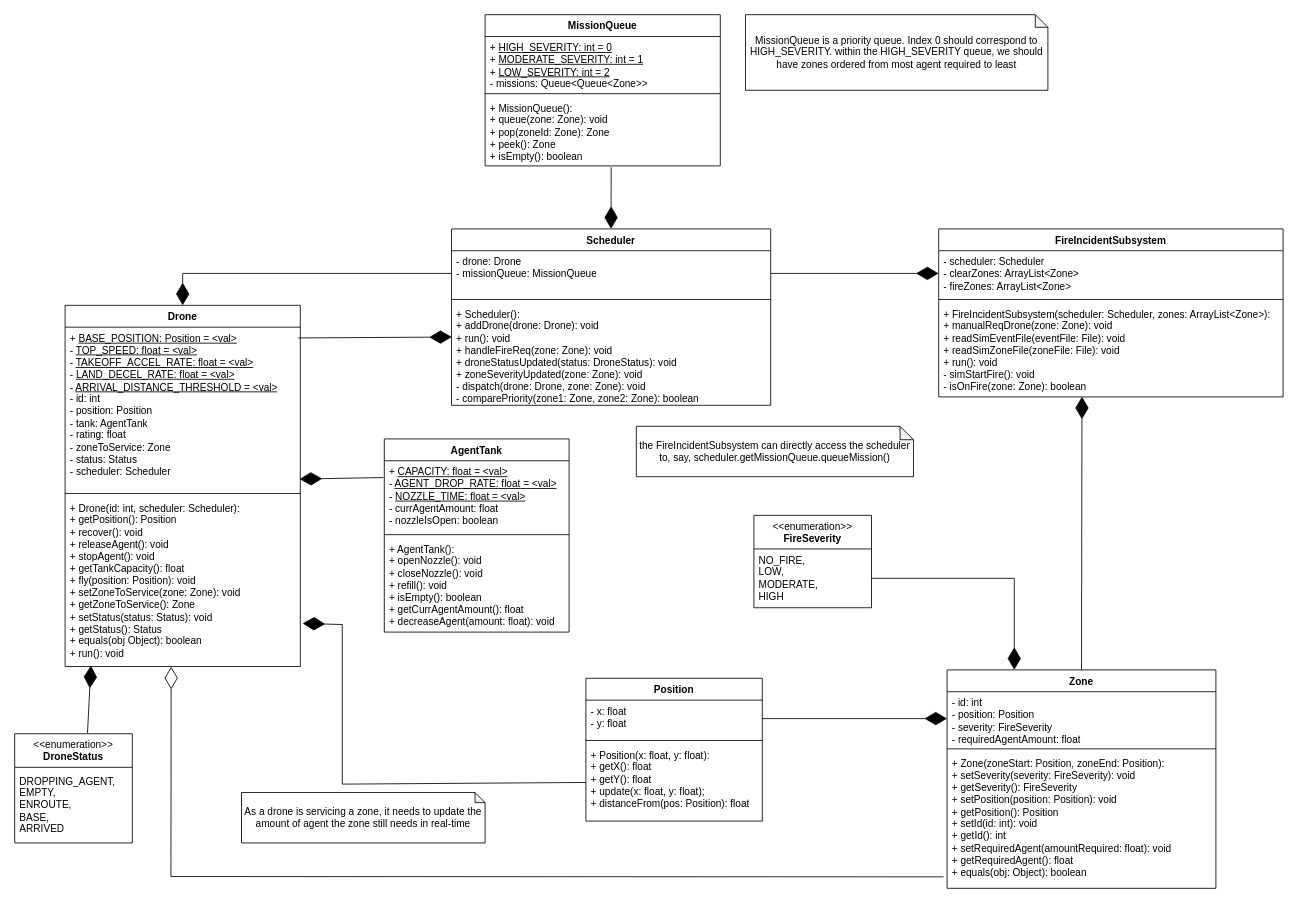
The draw.io diagram docs/fire_drone_swarm_class.drawio in hubertdang/fire-drone-swarm, before the edit. Source tidied: cells renumbered, new cells numbered last; positions are measured from the earlier drawing's top-left corner, leaving out a move shared by most shapes. Both pictures are drawn from the tidied source at 84%, with x=0, y=0 at pixel (14, 14).
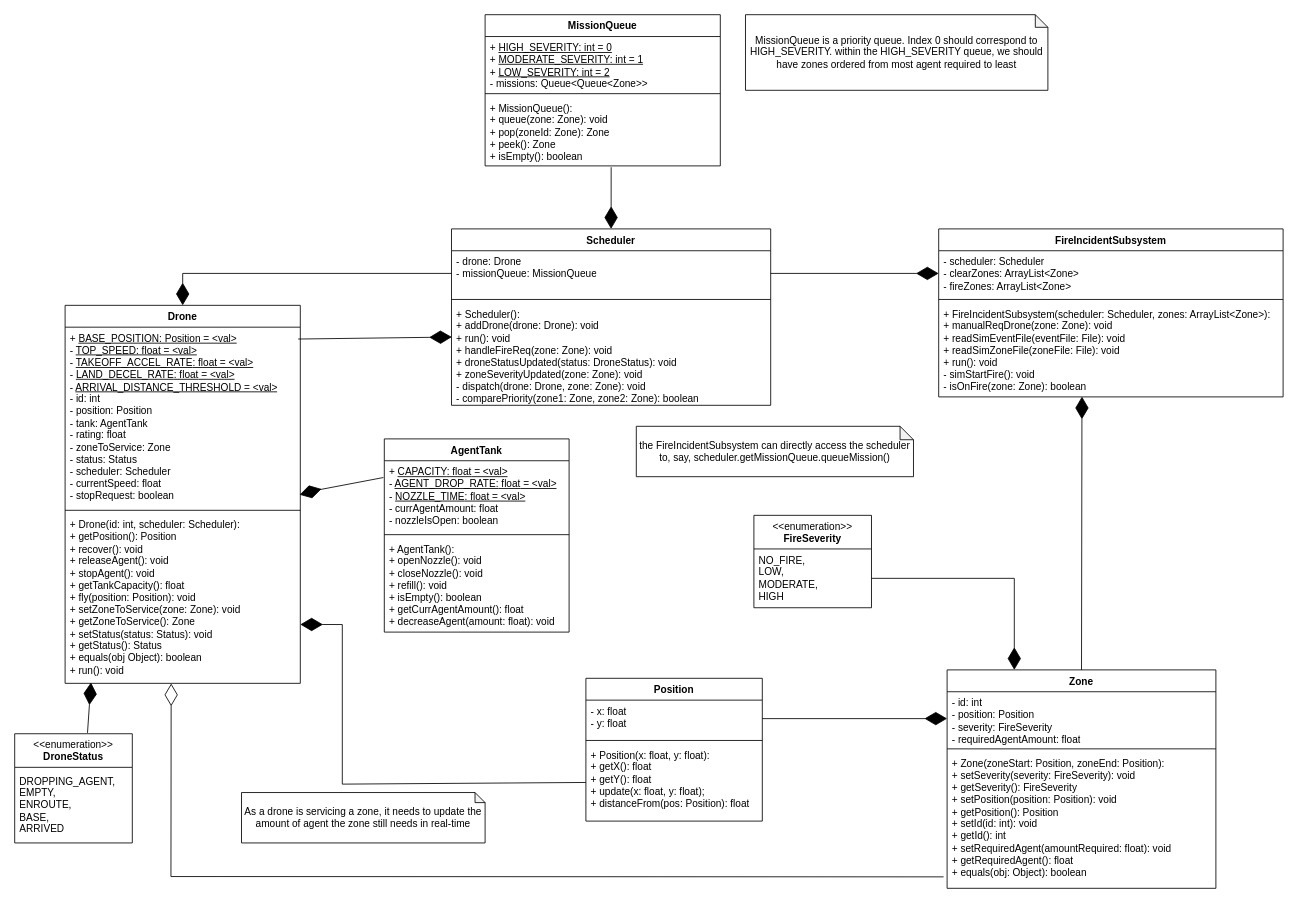
The same page after the edit.

Commit message (it also covers changes not shown here):
modified fly() release() agent based on system time,and run() trigger by flags now

The change refers to these unchanged cells:
```xml
<mxCell id="17" value="+ Position(x: float, y: float):&lt;div&gt;+ getX(): float&lt;/div&gt;&lt;div&gt;+ getY(): float&lt;/div&gt;&lt;div&gt;+ update(x: float, y: float);&lt;/div&gt;&lt;div&gt;+ distanceFrom(pos: Position): float&lt;/div&gt;" style="text;strokeColor=none;fillColor=none;align=left;verticalAlign=top;spacingLeft=4;spacingRight=4;overflow=hidden;points=[[0,0.5],[1,0.5]];portConstraint=eastwest;whiteSpace=wrap;html=1;" parent="14" vertex="1">
  <mxGeometry y="78" width="210" height="92" as="geometry" />
</mxCell>
<mxCell id="19" value="&lt;div&gt;+ &lt;u&gt;CAPACITY&lt;span style=&quot;color: light-dark(rgb(0, 0, 0), rgb(255, 255, 255)); background-color: transparent;&quot;&gt;: float&lt;/span&gt;&lt;span style=&quot;color: light-dark(rgb(0, 0, 0), rgb(255, 255, 255)); background-color: transparent;&quot;&gt;&amp;nbsp;= &amp;lt;val&amp;gt;&lt;/span&gt;&lt;/u&gt;&lt;br&gt;&lt;/div&gt;- &lt;u&gt;AGENT_DROP_RATE:&lt;span style=&quot;color: light-dark(rgb(0, 0, 0), rgb(255, 255, 255)); background-color: transparent;&quot;&gt;&amp;nbsp;float&lt;/span&gt;&lt;span style=&quot;color: light-dark(rgb(0, 0, 0), rgb(255, 255, 255)); background-color: transparent;&quot;&gt;&amp;nbsp;= &amp;lt;val&amp;gt;&lt;/span&gt;&lt;/u&gt;&lt;div&gt;-&amp;nbsp;&lt;u&gt;NOZZLE_TIME&lt;/u&gt;&lt;u style=&quot;color: light-dark(rgb(0, 0, 0), rgb(255, 255, 255)); background-color: transparent;&quot;&gt;: float&lt;/u&gt;&lt;u style=&quot;color: light-dark(rgb(0, 0, 0), rgb(255, 255, 255)); background-color: transparent;&quot;&gt;&amp;nbsp;= &amp;lt;val&amp;gt;&lt;/u&gt;&lt;u style=&quot;color: light-dark(rgb(0, 0, 0), rgb(255, 255, 255)); background-color: transparent;&quot;&gt;&lt;br&gt;&lt;/u&gt;&lt;/div&gt;&lt;div&gt;- currAgentAmount: float&lt;/div&gt;&lt;div&gt;- nozzleIsOpen: boolean&lt;/div&gt;" style="text;strokeColor=none;fillColor=none;align=left;verticalAlign=top;spacingLeft=4;spacingRight=4;overflow=hidden;points=[[0,0.5],[1,0.5]];portConstraint=eastwest;whiteSpace=wrap;html=1;" parent="18" vertex="1">
  <mxGeometry y="26" width="220" height="84" as="geometry" />
</mxCell>
```

The edit, as a diff of the source:
```diff
@@
     <mxCell id="10" value="Drone" style="swimlane;fontStyle=1;align=center;verticalAlign=top;horizontal=1;startSize=26;whiteSpace=wrap;html=1;" parent="1" vertex="1">
-      <mxGeometry x="60" y="346" width="280" height="430" as="geometry" />
+      <mxGeometry x="60" y="346" width="280" height="450" as="geometry" />
     </mxCell>
-    <mxCell id="11" value="&lt;div&gt;+ &lt;u&gt;BASE_POSITION: Position = &amp;lt;val&amp;gt;&lt;/u&gt;&lt;/div&gt;- &lt;u&gt;TOP_SPEED: float = &amp;lt;val&amp;gt;&lt;/u&gt;&lt;div&gt;- &lt;u&gt;TAKEOFF_ACCEL_RATE&lt;/u&gt;&lt;u style=&quot;background-color: transparent; color: light-dark(rgb(0, 0, 0), rgb(255, 255, 255));&quot;&gt;: float&lt;/u&gt;&lt;u style=&quot;background-color: transparent; color: light-dark(rgb(0, 0, 0), rgb(255, 255, 255));&quot;&gt;&amp;nbsp;= &amp;lt;val&amp;gt;&lt;/u&gt;&lt;/div&gt;&lt;div&gt;- &lt;u&gt;LAND_DECEL_RATE&lt;/u&gt;&lt;u style=&quot;background-color: transparent; color: light-dark(rgb(0, 0, 0), rgb(255, 255, 255));&quot;&gt;: float&lt;/u&gt;&lt;u style=&quot;background-color: transparent; color: light-dark(rgb(0, 0, 0), rgb(255, 255, 255));&quot;&gt;&amp;nbsp;= &amp;lt;val&amp;gt;&lt;/u&gt;&lt;/div&gt;&lt;div&gt;- &lt;u&gt;ARRIVAL_DISTANCE_THRESHOLD = &amp;lt;val&amp;gt;&lt;/u&gt;&lt;/div&gt;&lt;div&gt;- id: int&lt;/div&gt;&lt;div&gt;- position: Position&lt;/div&gt;&lt;div&gt;- tank: AgentTank&lt;/div&gt;&lt;div&gt;&lt;span style=&quot;background-color: transparent; color: light-dark(rgb(0, 0, 0), rgb(255, 255, 255));&quot;&gt;- rating: float&lt;/span&gt;&lt;/div&gt;&lt;div&gt;&lt;span style=&quot;background-color: transparent; color: light-dark(rgb(0, 0, 0), rgb(255, 255, 255));&quot;&gt;- zoneToService: Zone&lt;/span&gt;&lt;/div&gt;&lt;div&gt;&lt;span style=&quot;background-color: transparent; color: light-dark(rgb(0, 0, 0), rgb(255, 255, 255));&quot;&gt;- status: Status&lt;/span&gt;&lt;/div&gt;&lt;div&gt;- scheduler: Scheduler&lt;/div&gt;" style="text;strokeColor=none;fillColor=none;align=left;verticalAlign=top;spacingLeft=4;spacingRight=4;overflow=hidden;points=[[0,0.5],[1,0.5]];portConstraint=eastwest;whiteSpace=wrap;html=1;" parent="10" vertex="1">
-      <mxGeometry y="26" width="280" height="194" as="geometry" />
+    <mxCell id="11" value="&lt;div&gt;+ &lt;u&gt;BASE_POSITION: Position = &amp;lt;val&amp;gt;&lt;/u&gt;&lt;/div&gt;- &lt;u&gt;TOP_SPEED: float = &amp;lt;val&amp;gt;&lt;/u&gt;&lt;div&gt;- &lt;u&gt;TAKEOFF_ACCEL_RATE&lt;/u&gt;&lt;u style=&quot;background-color: transparent; color: light-dark(rgb(0, 0, 0), rgb(255, 255, 255));&quot;&gt;: float&lt;/u&gt;&lt;u style=&quot;background-color: transparent; color: light-dark(rgb(0, 0, 0), rgb(255, 255, 255));&quot;&gt;&amp;nbsp;= &amp;lt;val&amp;gt;&lt;/u&gt;&lt;/div&gt;&lt;div&gt;- &lt;u&gt;LAND_DECEL_RATE&lt;/u&gt;&lt;u style=&quot;background-color: transparent; color: light-dark(rgb(0, 0, 0), rgb(255, 255, 255));&quot;&gt;: float&lt;/u&gt;&lt;u style=&quot;background-color: transparent; color: light-dark(rgb(0, 0, 0), rgb(255, 255, 255));&quot;&gt;&amp;nbsp;= &amp;lt;val&amp;gt;&lt;/u&gt;&lt;/div&gt;&lt;div&gt;- &lt;u&gt;ARRIVAL_DISTANCE_THRESHOLD = &amp;lt;val&amp;gt;&lt;/u&gt;&lt;/div&gt;&lt;div&gt;- id: int&lt;/div&gt;&lt;div&gt;- position: Position&lt;/div&gt;&lt;div&gt;- tank: AgentTank&lt;/div&gt;&lt;div&gt;&lt;span style=&quot;background-color: transparent; color: light-dark(rgb(0, 0, 0), rgb(255, 255, 255));&quot;&gt;- rating: float&lt;/span&gt;&lt;/div&gt;&lt;div&gt;&lt;span style=&quot;background-color: transparent; color: light-dark(rgb(0, 0, 0), rgb(255, 255, 255));&quot;&gt;- zoneToService: Zone&lt;/span&gt;&lt;/div&gt;&lt;div&gt;&lt;span style=&quot;background-color: transparent; color: light-dark(rgb(0, 0, 0), rgb(255, 255, 255));&quot;&gt;- status: Status&lt;/span&gt;&lt;/div&gt;&lt;div&gt;- scheduler: Scheduler&lt;/div&gt;&lt;div&gt;- currentSpeed: float&lt;/div&gt;&lt;div&gt;- stopRequest: boolean&lt;/div&gt;" style="text;strokeColor=none;fillColor=none;align=left;verticalAlign=top;spacingLeft=4;spacingRight=4;overflow=hidden;points=[[0,0.5],[1,0.5]];portConstraint=eastwest;whiteSpace=wrap;html=1;" parent="10" vertex="1">
+      <mxGeometry y="26" width="280" height="214" as="geometry" />
     </mxCell>
     <mxCell id="12" style="line;strokeWidth=1;fillColor=none;align=left;verticalAlign=middle;spacingTop=-1;spacingLeft=3;spacingRight=3;labelPosition=right;strokeColor=inherit;" parent="10" vertex="1">
-      <mxGeometry y="220" width="280" height="8" as="geometry" />
+      <mxGeometry y="240" width="280" height="8" as="geometry" />
     </mxCell>
     <mxCell id="13" value="+ Drone(id: int, scheduler: Scheduler):&lt;div&gt;+ getPosition(): Position&lt;/div&gt;&lt;div&gt;+ recover(): void&lt;/div&gt;&lt;div&gt;+ releaseAgent(): void&lt;/div&gt;&lt;div&gt;+ stopAgent(): void&lt;/div&gt;&lt;div&gt;+ getTankCapacity(): float&lt;/div&gt;&lt;div&gt;+ fly(position: Position): void&lt;/div&gt;&lt;div&gt;+ setZoneToService(zone: Zone): void&lt;/div&gt;&lt;div&gt;+ getZoneToService(): Zone&lt;/div&gt;&lt;div&gt;+ setStatus(status: Status): void&lt;/div&gt;&lt;div&gt;+ getStatus(): Status&lt;/div&gt;&lt;div&gt;+ equals(obj Object): boolean&lt;/div&gt;&lt;div&gt;+ run(): void&lt;/div&gt;" style="text;strokeColor=none;fillColor=none;align=left;verticalAlign=top;spacingLeft=4;spacingRight=4;overflow=hidden;points=[[0,0.5],[1,0.5]];portConstraint=eastwest;whiteSpace=wrap;html=1;" parent="10" vertex="1">
-      <mxGeometry y="228" width="280" height="202" as="geometry" />
+      <mxGeometry y="248" width="280" height="202" as="geometry" />
     </mxCell>
@@
     <mxCell id="36" style="endArrow=diamondThin;endFill=1;endSize=24;html=1;rounded=0;exitX=-0.005;exitY=0.238;exitDx=0;exitDy=0;exitPerimeter=0;entryX=0.997;entryY=0.932;entryDx=0;entryDy=0;entryPerimeter=0;" parent="1" edge="1" source="19" target="11">
-      <mxGeometry relative="1" as="geometry" />
+      <mxGeometry relative="1" as="geometry">
+        <Array as="points">
+          <mxPoint x="360" y="566" />
+        </Array>
+      </mxGeometry>
     </mxCell>
@@
-    <mxCell id="45" style="endArrow=diamondThin;endFill=1;endSize=24;html=1;rounded=0;entryX=1.01;entryY=0.746;entryDx=0;entryDy=0;entryPerimeter=0;exitX=0;exitY=0.5;exitDx=0;exitDy=0;" parent="1" edge="1" source="17" target="13">
+    <mxCell id="45" style="endArrow=diamondThin;endFill=1;endSize=24;html=1;rounded=0;entryX=1;entryY=0.653;entryDx=0;entryDy=0;entryPerimeter=0;exitX=0;exitY=0.5;exitDx=0;exitDy=0;" parent="1" edge="1" source="17" target="13">
       <mxGeometry relative="1" as="geometry">
         <Array as="points">
           <mxPoint x="390" y="916" />
           <mxPoint x="390" y="726" />
         </Array>
       </mxGeometry>
     </mxCell>
```
